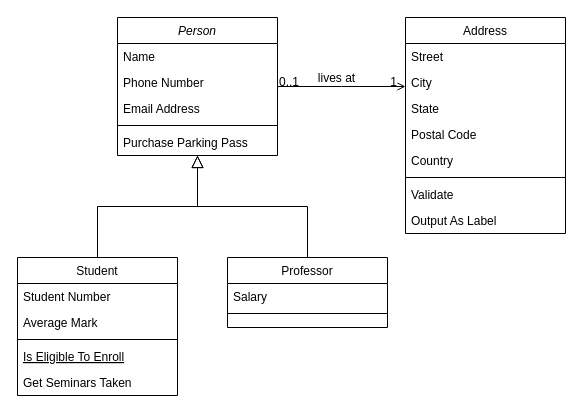
Above: Untitled Diagram.drawio in qore23/MascotaFeliz (draw.io), before the change. Source tidied: cells renumbered, new cells numbered last; positions are measured from the earlier drawing's top-left corner, leaving out a move shared by most shapes. Both pictures are drawn from the tidied source at 100%, with x=0, y=0 at pixel (17, 17).
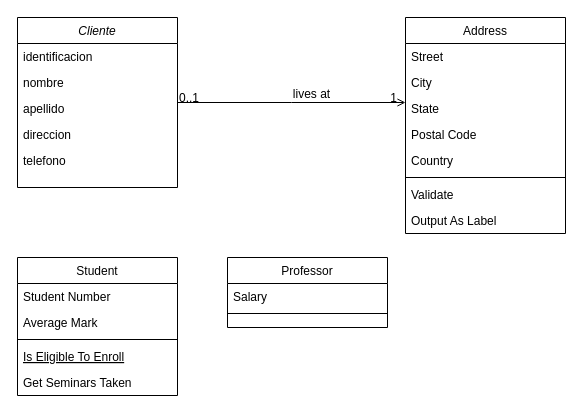
The same diagram, later.

The change refers to these unchanged cells:
```xml
<mxCell id="8" value="Student" style="swimlane;fontStyle=0;align=center;verticalAlign=top;horizontal=1;startSize=26;rounded=0;shadow=0;strokeWidth=1;" parent="1" vertex="1">
  <mxGeometry y="240" width="160" height="138" as="geometry" />
</mxCell>
<mxCell id="15" value="Professor" style="swimlane;fontStyle=0;align=center;verticalAlign=top;horizontal=1;startSize=26;rounded=0;shadow=0;strokeWidth=1;" parent="1" vertex="1">
  <mxGeometry x="210" y="240" width="160" height="70" as="geometry" />
</mxCell>
```

What changed in the source:
```diff
@@
-    <mxCell id="2" value="Person" style="swimlane;fontStyle=2;align=center;verticalAlign=top;horizontal=1;startSize=26;rounded=0;shadow=0;strokeWidth=1;" parent="1" vertex="1">
-      <mxGeometry x="100" width="160" height="138" as="geometry" />
+    <mxCell id="2" value="Cliente" style="swimlane;fontStyle=2;align=center;verticalAlign=top;horizontal=1;startSize=26;rounded=0;shadow=0;strokeWidth=1;" parent="1" vertex="1">
+      <mxGeometry width="160" height="170" as="geometry" />
     </mxCell>
-    <mxCell id="3" value="Name" style="text;align=left;verticalAlign=top;spacingLeft=4;spacingRight=4;overflow=hidden;" parent="2" vertex="1">
+    <mxCell id="3" value="identificacion" style="text;align=left;verticalAlign=top;spacingLeft=4;spacingRight=4;overflow=hidden;" parent="2" vertex="1">
       <mxGeometry y="26" width="160" height="26" as="geometry" />
     </mxCell>
-    <mxCell id="4" value="Phone Number" style="text;align=left;verticalAlign=top;spacingLeft=4;spacingRight=4;overflow=hidden;rounded=0;shadow=0;html=0;" parent="2" vertex="1">
+    <mxCell id="4" value="nombre" style="text;align=left;verticalAlign=top;spacingLeft=4;spacingRight=4;overflow=hidden;rounded=0;shadow=0;html=0;" parent="2" vertex="1">
       <mxGeometry y="52" width="160" height="26" as="geometry" />
     </mxCell>
-    <mxCell id="5" value="Email Address" style="text;align=left;verticalAlign=top;spacingLeft=4;spacingRight=4;overflow=hidden;rounded=0;shadow=0;html=0;" parent="2" vertex="1">
+    <mxCell id="5" value="apellido" style="text;align=left;verticalAlign=top;spacingLeft=4;spacingRight=4;overflow=hidden;rounded=0;shadow=0;html=0;" parent="2" vertex="1">
       <mxGeometry y="78" width="160" height="26" as="geometry" />
     </mxCell>
-    <mxCell id="6" style="line;html=1;strokeWidth=1;align=left;verticalAlign=middle;spacingTop=-1;spacingLeft=3;spacingRight=3;labelPosition=right;" parent="2" vertex="1">
-      <mxGeometry y="104" width="160" height="8" as="geometry" />
-    </mxCell>
-    <mxCell id="7" value="Purchase Parking Pass" style="text;align=left;verticalAlign=top;spacingLeft=4;spacingRight=4;overflow=hidden;" parent="2" vertex="1">
-      <mxGeometry y="112" width="160" height="26" as="geometry" />
+    <mxCell id="7" value="direccion" style="text;align=left;verticalAlign=top;spacingLeft=4;spacingRight=4;overflow=hidden;" parent="2" vertex="1">
+      <mxGeometry y="104" width="160" height="26" as="geometry" />
     </mxCell>
+    <mxCell id="32" value="telefono" style="text;align=left;verticalAlign=top;spacingLeft=4;spacingRight=4;overflow=hidden;" parent="2" vertex="1">
+      <mxGeometry y="130" width="160" height="26" as="geometry" />
+    </mxCell>
@@
-    <mxCell id="14" style="endArrow=block;endSize=10;endFill=0;shadow=0;strokeWidth=1;rounded=0;edgeStyle=elbowEdgeStyle;elbow=vertical;" parent="1" edge="1" source="8" target="2">
-      <mxGeometry relative="1" as="geometry" />
-    </mxCell>
@@
-    <mxCell id="18" style="endArrow=block;endSize=10;endFill=0;shadow=0;strokeWidth=1;rounded=0;edgeStyle=elbowEdgeStyle;elbow=vertical;" parent="1" edge="1" source="15" target="2">
-      <mxGeometry relative="1" as="geometry" />
-    </mxCell>
```
